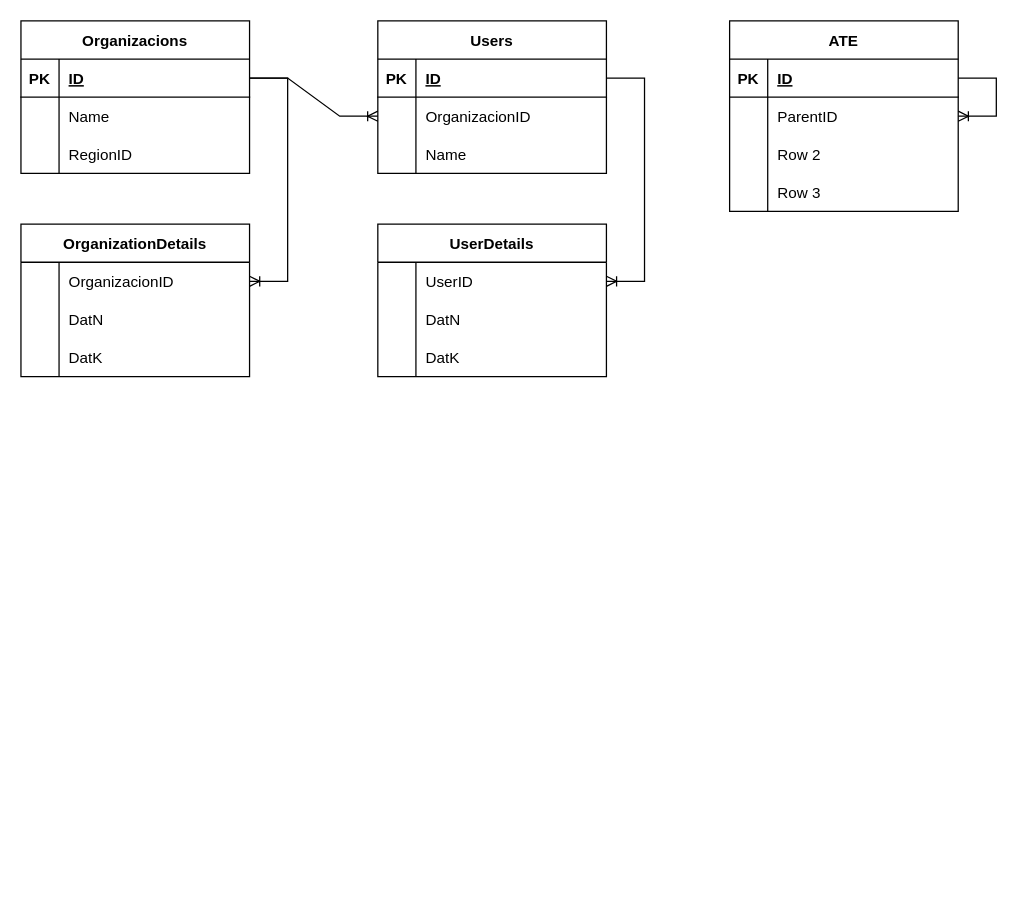
mr-vic/billing keeps this draw.io diagram as bildb.drawio. Above is the earlier version. Source tidied: cells renumbered, new cells numbered last; positions are measured from the earlier drawing's top-left corner, leaving out a move shared by most shapes. Both pictures are drawn from the tidied source at 127%, with x=0, y=0 at pixel (20, 20).
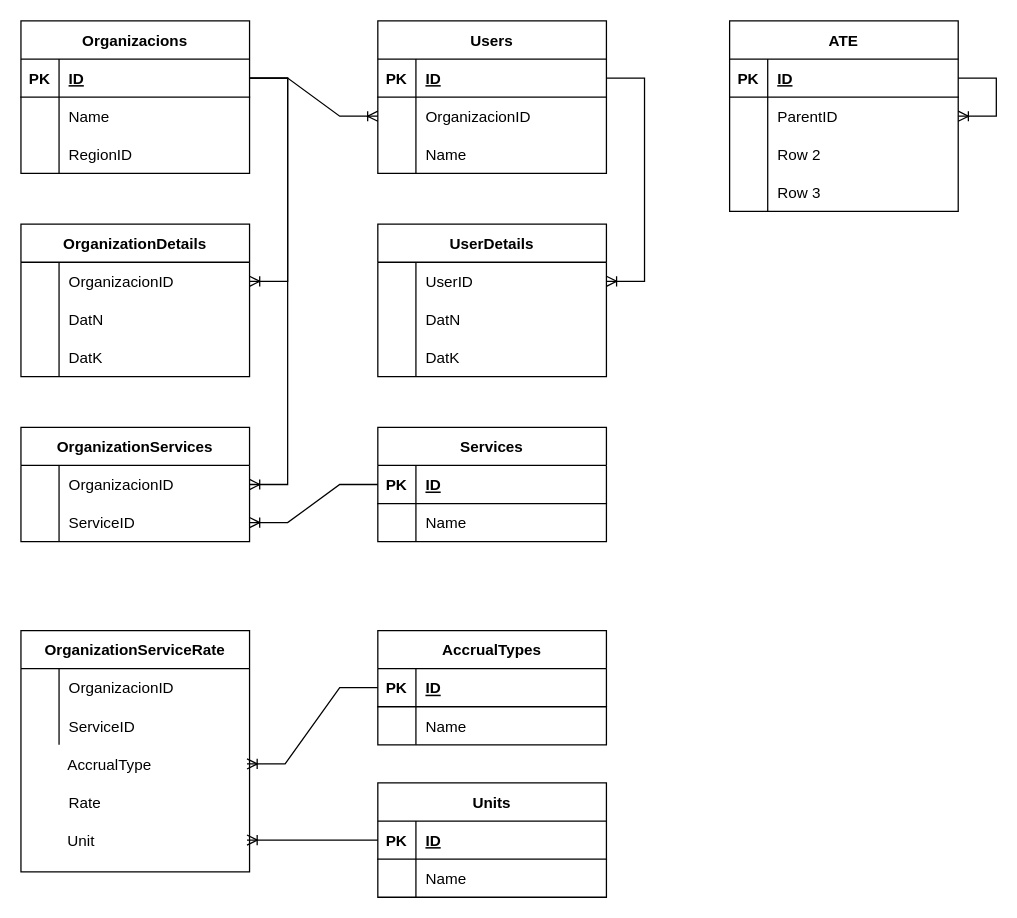
The same diagram, later.

The change refers to these unchanged cells:
```xml
<mxCell id="3" style="shape=tableRow;horizontal=0;startSize=0;swimlaneHead=0;swimlaneBody=0;fillColor=none;points=[[0,0.5],[1,0.5]];portConstraint=eastwest;top=0;left=0;right=0;bottom=1;" parent="2" vertex="1">
  <mxGeometry y="30" width="180" height="30" as="geometry" />
</mxCell>
```

Change to the diagram source:
```diff
@@
+    <mxCell id="59" value="OrganizationServices" style="shape=table;startSize=30;childLayout=tableLayout;rowLines=0;fontStyle=1;align=center;" parent="1" vertex="1">
+      <mxGeometry y="320" width="180" height="90" as="geometry" />
+    </mxCell>
+    <mxCell id="60" style="shape=tableRow;horizontal=0;startSize=0;swimlaneHead=0;swimlaneBody=0;fillColor=none;points=[[0,0.5],[1,0.5]];portConstraint=eastwest;top=0;left=0;right=0;bottom=0;" parent="59" vertex="1">
+      <mxGeometry y="30" width="180" height="30" as="geometry" />
+    </mxCell>
+    <mxCell id="61" style="shape=partialRectangle;fillColor=none;top=0;left=0;bottom=0;right=0;overflow=hidden;" parent="60" vertex="1">
+      <mxGeometry width="30" height="30" as="geometry" />
+    </mxCell>
+    <mxCell id="62" value="OrganizacionID" style="shape=partialRectangle;fillColor=none;top=0;left=0;bottom=0;right=0;align=left;spacingLeft=6;overflow=hidden;" parent="60" vertex="1">
+      <mxGeometry x="30" width="150" height="30" as="geometry" />
+    </mxCell>
+    <mxCell id="63" style="shape=tableRow;horizontal=0;startSize=0;swimlaneHead=0;swimlaneBody=0;fillColor=none;points=[[0,0.5],[1,0.5]];portConstraint=eastwest;top=0;left=0;right=0;bottom=0;" parent="59" vertex="1">
+      <mxGeometry y="60" width="180" height="30" as="geometry" />
+    </mxCell>
+    <mxCell id="64" style="shape=partialRectangle;fillColor=none;top=0;left=0;bottom=0;right=0;overflow=hidden;" parent="63" vertex="1">
+      <mxGeometry width="30" height="30" as="geometry" />
+    </mxCell>
+    <mxCell id="65" value="ServiceID" style="shape=partialRectangle;fillColor=none;top=0;left=0;bottom=0;right=0;align=left;spacingLeft=6;overflow=hidden;" parent="63" vertex="1">
+      <mxGeometry x="30" width="150" height="30" as="geometry" />
+    </mxCell>
+    <mxCell id="66" value="Services" style="shape=table;startSize=30;childLayout=tableLayout;rowLines=0;fontStyle=1;align=center;" parent="1" vertex="1">
+      <mxGeometry x="281" y="320" width="180" height="90" as="geometry" />
+    </mxCell>
+    <mxCell id="67" style="shape=tableRow;horizontal=0;startSize=0;swimlaneHead=0;swimlaneBody=0;fillColor=none;points=[[0,0.5],[1,0.5]];portConstraint=eastwest;top=0;left=0;right=0;bottom=1;" parent="66" vertex="1">
+      <mxGeometry y="30" width="180" height="30" as="geometry" />
+    </mxCell>
+    <mxCell id="68" value="PK" style="shape=partialRectangle;fillColor=none;top=0;left=0;bottom=0;right=0;fontStyle=1;overflow=hidden;" parent="67" vertex="1">
+      <mxGeometry width="30" height="30" as="geometry" />
+    </mxCell>
+    <mxCell id="69" value="ID" style="shape=partialRectangle;fillColor=none;top=0;left=0;bottom=0;right=0;align=left;spacingLeft=6;fontStyle=5;overflow=hidden;" parent="67" vertex="1">
+      <mxGeometry x="30" width="150" height="30" as="geometry" />
+    </mxCell>
+    <mxCell id="70" style="shape=tableRow;horizontal=0;startSize=0;swimlaneHead=0;swimlaneBody=0;fillColor=none;top=0;left=0;right=0;bottom=0;" parent="66" vertex="1">
+      <mxGeometry y="60" width="180" height="30" as="geometry" />
+    </mxCell>
+    <mxCell id="71" style="shape=partialRectangle;fillColor=none;top=0;left=0;bottom=0;right=0;overflow=hidden;" parent="70" vertex="1">
+      <mxGeometry width="30" height="30" as="geometry" />
+    </mxCell>
+    <mxCell id="72" value="Name" style="shape=partialRectangle;fillColor=none;top=0;left=0;bottom=0;right=0;align=left;spacingLeft=6;overflow=hidden;" parent="70" vertex="1">
+      <mxGeometry x="30" width="150" height="30" as="geometry" />
+    </mxCell>
+    <mxCell id="73" style="edgeStyle=entityRelationEdgeStyle;fontSize=12;html=1;endArrow=ERoneToMany;rounded=0;exitX=0;exitY=0.5;exitDx=0;exitDy=0;" parent="1" edge="1" source="67" target="63">
+      <mxGeometry relative="1" as="geometry" />
+    </mxCell>
+    <mxCell id="74" style="edgeStyle=entityRelationEdgeStyle;fontSize=12;html=1;endArrow=ERoneToMany;rounded=0;entryX=1;entryY=0.5;entryDx=0;entryDy=0;" parent="1" edge="1" source="3" target="60">
+      <mxGeometry relative="1" as="geometry" />
+    </mxCell>
+    <mxCell id="75" value="OrganizationServiceRate" style="shape=table;startSize=30;childLayout=tableLayout;rowLines=0;fontStyle=1;align=center;" parent="1" vertex="1">
+      <mxGeometry y="480" width="180" height="190" as="geometry" />
+    </mxCell>
+    <mxCell id="76" style="shape=tableRow;horizontal=0;startSize=0;swimlaneHead=0;swimlaneBody=0;fillColor=none;top=0;left=0;right=0;bottom=0;" parent="75" vertex="1">
+      <mxGeometry y="30" width="180" height="30" as="geometry" />
+    </mxCell>
+    <mxCell id="77" style="shape=partialRectangle;fillColor=none;top=0;left=0;bottom=0;right=0;overflow=hidden;" parent="76" vertex="1">
+      <mxGeometry width="30" height="30" as="geometry" />
+    </mxCell>
+    <mxCell id="78" value="OrganizacionID" style="shape=partialRectangle;fillColor=none;top=0;left=0;bottom=0;right=0;align=left;spacingLeft=6;overflow=hidden;" parent="76" vertex="1">
+      <mxGeometry x="30" width="150" height="30" as="geometry" />
+    </mxCell>
+    <mxCell id="79" style="shape=tableRow;horizontal=0;startSize=0;swimlaneHead=0;swimlaneBody=0;fillColor=none;top=0;left=0;right=0;bottom=0;" parent="75" vertex="1">
+      <mxGeometry y="60" width="180" height="30" as="geometry" />
+    </mxCell>
+    <mxCell id="80" style="shape=partialRectangle;fillColor=none;top=0;left=0;bottom=0;right=0;overflow=hidden;" parent="79" vertex="1">
+      <mxGeometry width="30" height="30" as="geometry" />
+    </mxCell>
+    <mxCell id="81" value="ServiceID" style="shape=partialRectangle;fillColor=none;top=0;left=0;bottom=0;right=0;align=left;spacingLeft=6;overflow=hidden;" parent="79" vertex="1">
+      <mxGeometry x="30" width="150" height="30" as="geometry" />
+    </mxCell>
+    <mxCell id="82" style="shape=tableRow;horizontal=0;startSize=0;swimlaneHead=0;swimlaneBody=0;fillColor=none;points=[[0,0.5],[1,0.5]];portConstraint=eastwest;top=0;left=0;right=0;bottom=0;" parent="1" vertex="1">
+      <mxGeometry y="570" width="178" height="30" as="geometry" />
+    </mxCell>
+    <mxCell id="83" style="shape=partialRectangle;fillColor=none;top=0;left=0;bottom=0;right=0;overflow=hidden;" parent="82" vertex="1">
+      <mxGeometry width="30" height="30" as="geometry" />
+    </mxCell>
+    <mxCell id="84" value="AccrualType" style="shape=partialRectangle;fillColor=none;top=0;left=0;bottom=0;right=0;align=left;spacingLeft=6;overflow=hidden;" parent="82" vertex="1">
+      <mxGeometry x="29" width="150" height="30" as="geometry" />
+    </mxCell>
+    <mxCell id="85" value="AccrualTypes" style="shape=table;startSize=30;childLayout=tableLayout;rowLines=0;fontStyle=1;align=center;" parent="1" vertex="1">
+      <mxGeometry x="281" y="480" width="180" height="90" as="geometry" />
+    </mxCell>
+    <mxCell id="86" style="shape=tableRow;horizontal=0;startSize=0;swimlaneHead=0;swimlaneBody=0;fillColor=none;points=[[0,0.5],[1,0.5]];portConstraint=eastwest;top=0;left=0;right=0;bottom=1;" parent="85" vertex="1">
+      <mxGeometry y="30" width="180" height="30" as="geometry" />
+    </mxCell>
+    <mxCell id="87" value="PK" style="shape=partialRectangle;fillColor=none;top=0;left=0;bottom=0;right=0;fontStyle=1;overflow=hidden;" parent="86" vertex="1">
+      <mxGeometry width="30" height="30" as="geometry" />
+    </mxCell>
+    <mxCell id="88" value="ID" style="shape=partialRectangle;fillColor=none;top=0;left=0;bottom=0;right=0;align=left;spacingLeft=6;fontStyle=5;overflow=hidden;" parent="86" vertex="1">
+      <mxGeometry x="30" width="150" height="30" as="geometry" />
+    </mxCell>
+    <mxCell id="89" style="shape=tableRow;horizontal=0;startSize=0;swimlaneHead=0;swimlaneBody=0;fillColor=none;top=0;left=0;right=0;bottom=0;" parent="85" vertex="1">
+      <mxGeometry y="60" width="180" height="30" as="geometry" />
+    </mxCell>
+    <mxCell id="90" style="shape=partialRectangle;fillColor=none;top=0;left=0;bottom=0;right=0;overflow=hidden;" parent="89" vertex="1">
+      <mxGeometry width="30" height="30" as="geometry" />
+    </mxCell>
+    <mxCell id="91" value="Name" style="shape=partialRectangle;fillColor=none;top=0;left=0;bottom=0;right=0;align=left;spacingLeft=6;overflow=hidden;" parent="89" vertex="1">
+      <mxGeometry x="30" width="150" height="30" as="geometry" />
+    </mxCell>
+    <mxCell id="92" style="edgeStyle=entityRelationEdgeStyle;fontSize=12;html=1;endArrow=ERoneToMany;rounded=0;" parent="1" edge="1" source="86" target="82">
+      <mxGeometry relative="1" as="geometry" />
+    </mxCell>
+    <mxCell id="93" style="shape=tableRow;horizontal=0;startSize=0;swimlaneHead=0;swimlaneBody=0;fillColor=none;top=0;left=0;right=0;bottom=0;" parent="1" vertex="1">
+      <mxGeometry x="1" y="600" width="178" height="30" as="geometry" />
+    </mxCell>
+    <mxCell id="94" style="shape=partialRectangle;fillColor=none;top=0;left=0;bottom=0;right=0;overflow=hidden;" parent="93" vertex="1">
+      <mxGeometry width="30" height="30" as="geometry" />
+    </mxCell>
+    <mxCell id="95" value="Rate" style="shape=partialRectangle;fillColor=none;top=0;left=0;bottom=0;right=0;align=left;spacingLeft=6;overflow=hidden;" parent="93" vertex="1">
+      <mxGeometry x="29" width="150" height="30" as="geometry" />
+    </mxCell>
+    <mxCell id="96" value="Units" style="shape=table;startSize=30;childLayout=tableLayout;rowLines=0;fontStyle=1;align=center;" parent="1" vertex="1">
+      <mxGeometry x="281" y="600" width="180" height="90" as="geometry" />
+    </mxCell>
+    <mxCell id="97" style="shape=tableRow;horizontal=0;startSize=0;swimlaneHead=0;swimlaneBody=0;fillColor=none;points=[[0,0.5],[1,0.5]];portConstraint=eastwest;top=0;left=0;right=0;bottom=1;" parent="96" vertex="1">
+      <mxGeometry y="30" width="180" height="30" as="geometry" />
+    </mxCell>
+    <mxCell id="98" value="PK" style="shape=partialRectangle;fillColor=none;top=0;left=0;bottom=0;right=0;fontStyle=1;overflow=hidden;" parent="97" vertex="1">
+      <mxGeometry width="30" height="30" as="geometry" />
+    </mxCell>
+    <mxCell id="99" value="ID" style="shape=partialRectangle;fillColor=none;top=0;left=0;bottom=0;right=0;align=left;spacingLeft=6;fontStyle=5;overflow=hidden;" parent="97" vertex="1">
+      <mxGeometry x="30" width="150" height="30" as="geometry" />
+    </mxCell>
+    <mxCell id="100" style="shape=tableRow;horizontal=0;startSize=0;swimlaneHead=0;swimlaneBody=0;fillColor=none;top=0;left=0;right=0;bottom=0;" parent="96" vertex="1">
+      <mxGeometry y="60" width="180" height="30" as="geometry" />
+    </mxCell>
+    <mxCell id="101" style="shape=partialRectangle;fillColor=none;top=0;left=0;bottom=0;right=0;overflow=hidden;" parent="100" vertex="1">
+      <mxGeometry width="30" height="30" as="geometry" />
+    </mxCell>
+    <mxCell id="102" value="Name" style="shape=partialRectangle;fillColor=none;top=0;left=0;bottom=0;right=0;align=left;spacingLeft=6;overflow=hidden;" parent="100" vertex="1">
+      <mxGeometry x="30" width="150" height="30" as="geometry" />
+    </mxCell>
+    <mxCell id="103" style="shape=tableRow;horizontal=0;startSize=0;swimlaneHead=0;swimlaneBody=0;fillColor=none;points=[[0,0.5],[1,0.5]];portConstraint=eastwest;top=0;left=0;right=0;bottom=0;" parent="1" vertex="1">
+      <mxGeometry y="630" width="178" height="30" as="geometry" />
+    </mxCell>
+    <mxCell id="104" style="shape=partialRectangle;fillColor=none;top=0;left=0;bottom=0;right=0;overflow=hidden;" parent="103" vertex="1">
+      <mxGeometry width="30" height="30" as="geometry" />
+    </mxCell>
+    <mxCell id="105" value="Unit" style="shape=partialRectangle;fillColor=none;top=0;left=0;bottom=0;right=0;align=left;spacingLeft=6;overflow=hidden;" parent="103" vertex="1">
+      <mxGeometry x="29" width="150" height="30" as="geometry" />
+    </mxCell>
+    <mxCell id="106" style="edgeStyle=entityRelationEdgeStyle;fontSize=12;html=1;endArrow=ERoneToMany;rounded=0;" parent="1" edge="1" source="97" target="103">
+      <mxGeometry relative="1" as="geometry" />
+    </mxCell>
```
